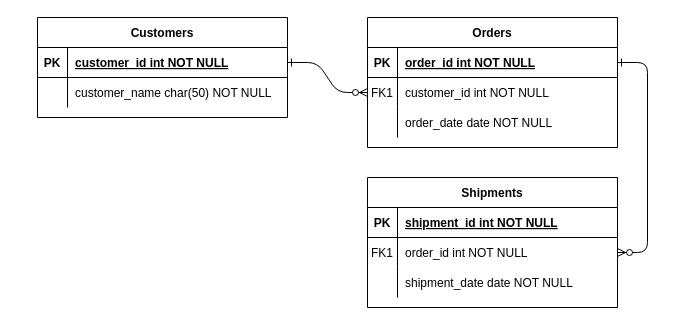
This is Untitled Diagram.drawio from Pawananjani1A/ER_Diagrams, a draw.io file, before an edit. Source tidied: cells renumbered, new cells numbered last; positions are measured from the earlier drawing's top-left corner, leaving out a move shared by most shapes. Both pictures are drawn from the tidied source at 100%, with x=0, y=0 at pixel (37, 17).
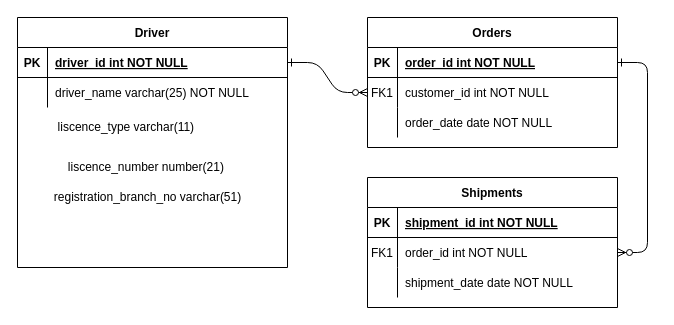
The same page after the edit.

The edit, as a diff of the source:
```diff
@@
-    <mxCell id="24" value="Customers" style="shape=table;startSize=30;childLayout=tableLayout;rowLines=0;fontStyle=1;align=center;" parent="1" vertex="1">
-      <mxGeometry width="250" height="100" as="geometry" />
+    <mxCell id="24" value="Driver" style="shape=table;startSize=30;childLayout=tableLayout;rowLines=0;fontStyle=1;align=center;" parent="1" vertex="1">
+      <mxGeometry x="-20" width="270" height="250" as="geometry" />
     </mxCell>
     <mxCell id="25" style="shape=partialRectangle;fillColor=none;points=[[0,0.5],[1,0.5]];portConstraint=eastwest;top=0;left=0;right=0;bottom=1;" parent="24" vertex="1">
-      <mxGeometry y="30" width="250" height="30" as="geometry" />
+      <mxGeometry y="30" width="270" height="30" as="geometry" />
     </mxCell>
@@
-    <mxCell id="27" value="customer_id int NOT NULL " style="shape=partialRectangle;overflow=hidden;fillColor=none;top=0;left=0;bottom=0;right=0;align=left;spacingLeft=6;fontStyle=5;" parent="25" vertex="1">
-      <mxGeometry x="30" width="220" height="30" as="geometry" />
+    <mxCell id="27" value="driver_id int NOT NULL " style="shape=partialRectangle;overflow=hidden;fillColor=none;top=0;left=0;bottom=0;right=0;align=left;spacingLeft=6;fontStyle=5;" parent="25" vertex="1">
+      <mxGeometry x="30" width="240" height="30" as="geometry" />
     </mxCell>
     <mxCell id="28" style="shape=partialRectangle;fillColor=none;top=0;left=0;right=0;bottom=0;" parent="24" vertex="1">
-      <mxGeometry y="60" width="250" height="30" as="geometry" />
+      <mxGeometry y="60" width="270" height="30" as="geometry" />
     </mxCell>
@@
-    <mxCell id="30" value="customer_name char(50) NOT NULL" style="shape=partialRectangle;overflow=hidden;fillColor=none;top=0;left=0;bottom=0;right=0;align=left;spacingLeft=6;" parent="28" vertex="1">
-      <mxGeometry x="30" width="220" height="30" as="geometry" />
+    <mxCell id="30" value="driver_name varchar(25) NOT NULL" style="shape=partialRectangle;overflow=hidden;fillColor=none;top=0;left=0;bottom=0;right=0;align=left;spacingLeft=6;" parent="28" vertex="1">
+      <mxGeometry x="30" width="240" height="30" as="geometry" />
     </mxCell>
+    <mxCell id="31" value="liscence_type varchar(11)&amp;nbsp;" style="text;html=1;align=center;verticalAlign=middle;strokeColor=none;" parent="1" vertex="1">
+      <mxGeometry x="10" y="100" width="160" height="20" as="geometry" />
+    </mxCell>
+    <mxCell id="32" value="liscence_number number(21)&amp;nbsp;" style="text;html=1;align=center;verticalAlign=middle;strokeColor=none;" parent="1" vertex="1">
+      <mxGeometry x="25" y="140" width="170" height="20" as="geometry" />
+    </mxCell>
+    <mxCell id="33" value="registration_branch_no varchar(51)" style="text;html=1;align=center;verticalAlign=middle;strokeColor=none;" parent="1" vertex="1">
+      <mxGeometry x="10" y="170" width="200" height="20" as="geometry" />
+    </mxCell>
```
